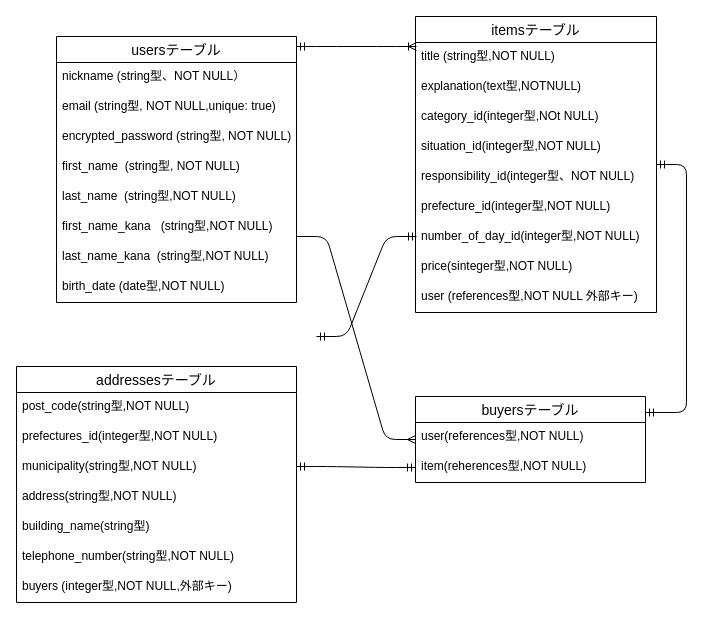
Earlier version of the draw.io diagram furima.dio (yuta24git/furima-39586-2). Source tidied: cells renumbered, new cells numbered last; positions are measured from the earlier drawing's top-left corner, leaving out a move shared by most shapes. Both pictures are drawn from the tidied source at 100%, with x=0, y=0 at pixel (16, 16).
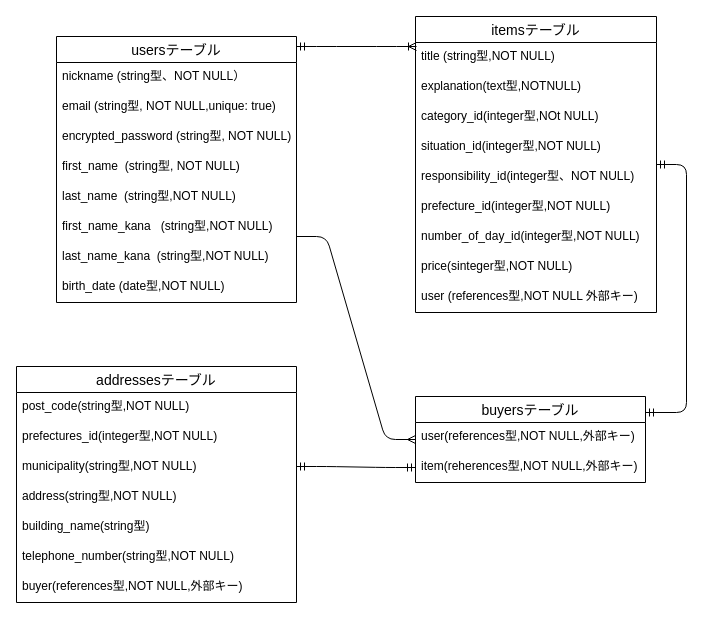
The same page after the edit.

Commit message (it also covers changes not shown here):
データベース設定の修正４

Unchanged cells that the change refers to:
```xml
<mxCell id="21" value="addressesテーブル" style="swimlane;fontStyle=0;horizontal=1;startSize=26;align=center;fontSize=14;" parent="1" vertex="1">
  <mxGeometry y="350" width="280" height="236" as="geometry" />
</mxCell>
<mxCell id="30" value="buyersテーブル" style="swimlane;fontStyle=0;horizontal=1;startSize=26;align=center;fontSize=14;" parent="1" vertex="1">
  <mxGeometry x="399" y="380" width="230" height="86" as="geometry" />
</mxCell>
```

What changed in the source:
```diff
@@
-    <mxCell id="28" value="buyers (integer型,NOT NULL,外部キー)" style="text;strokeColor=none;fillColor=none;spacingLeft=4;spacingRight=4;overflow=hidden;fontSize=12;" parent="21" vertex="1">
+    <mxCell id="28" value="buyer(references型,NOT NULL,外部キー)" style="text;strokeColor=none;fillColor=none;spacingLeft=4;spacingRight=4;overflow=hidden;fontSize=12;" parent="21" vertex="1">
       <mxGeometry y="206" width="280" height="30" as="geometry" />
     </mxCell>
-    <mxCell id="29" style="edgeStyle=entityRelationEdgeStyle;fontSize=12;html=1;endArrow=ERmandOne;startArrow=ERmandOne;exitX=1.015;exitY=0.196;exitDx=0;exitDy=0;exitPerimeter=0;" parent="1" edge="1">
-      <mxGeometry relative="1" as="geometry">
-        <mxPoint x="300" y="320" as="sourcePoint" />
-        <mxPoint x="400" y="220" as="targetPoint" />
-      </mxGeometry>
-    </mxCell>
@@
-    <mxCell id="31" value="user(references型,NOT NULL)" style="text;strokeColor=none;fillColor=none;spacingLeft=4;spacingRight=4;overflow=hidden;fontSize=12;" parent="30" vertex="1">
+    <mxCell id="31" value="user(references型,NOT NULL,外部キー)" style="text;strokeColor=none;fillColor=none;spacingLeft=4;spacingRight=4;overflow=hidden;fontSize=12;" parent="30" vertex="1">
       <mxGeometry y="26" width="230" height="30" as="geometry" />
     </mxCell>
-    <mxCell id="32" value="item(reherences型,NOT NULL)" style="text;strokeColor=none;fillColor=none;spacingLeft=4;spacingRight=4;overflow=hidden;points=[[0,0.5],[1,0.5]];portConstraint=eastwest;fontSize=12;" parent="30" vertex="1">
+    <mxCell id="32" value="item(reherences型,NOT NULL,外部キー)" style="text;strokeColor=none;fillColor=none;spacingLeft=4;spacingRight=4;overflow=hidden;points=[[0,0.5],[1,0.5]];portConstraint=eastwest;fontSize=12;" parent="30" vertex="1">
       <mxGeometry y="56" width="230" height="30" as="geometry" />
     </mxCell>
```
